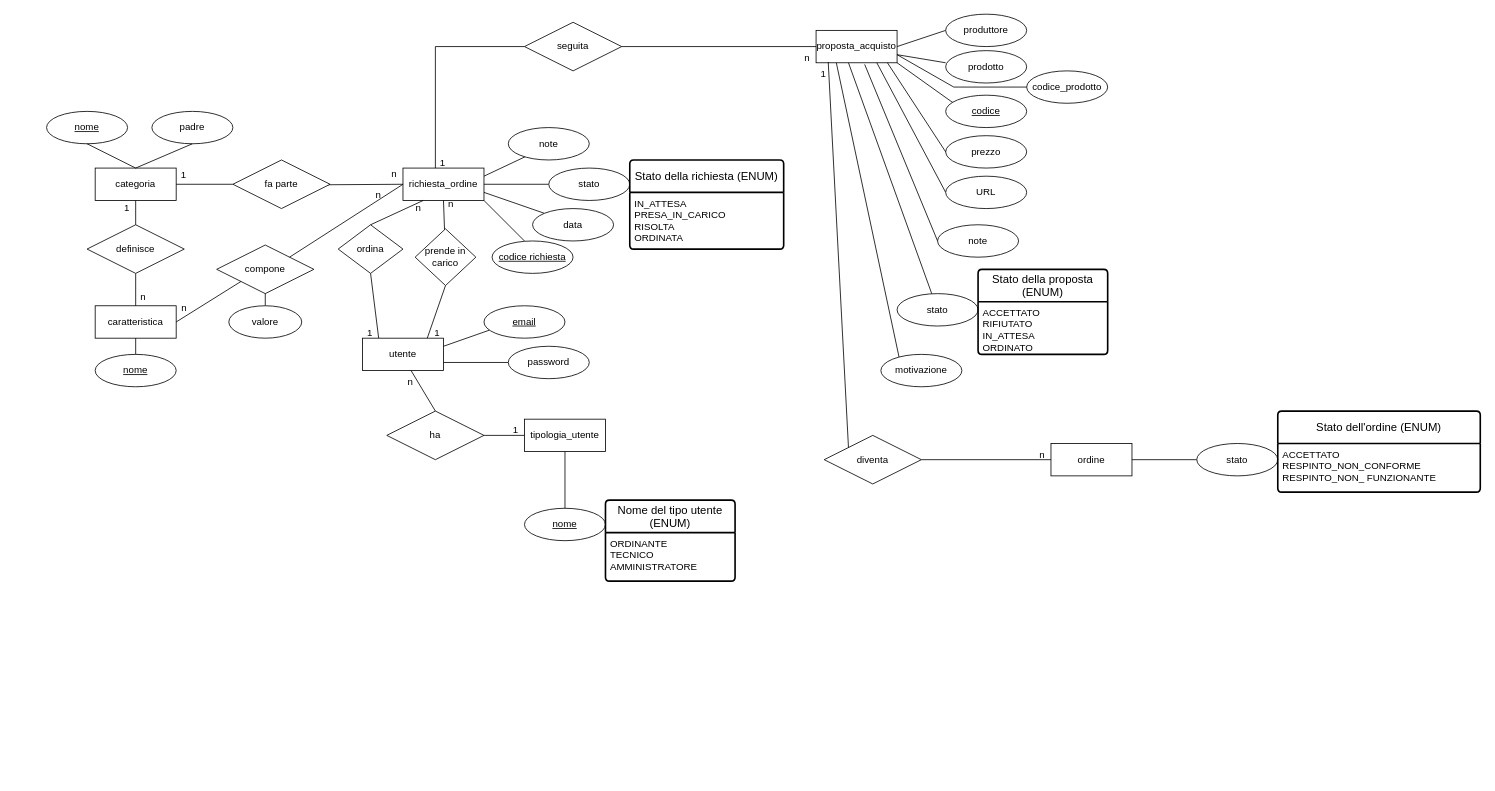
This is web_eng.drawio from jessvzz/webmarket, a draw.io file, before an edit. Source tidied: cells renumbered, new cells numbered last; positions are measured from the earlier drawing's top-left corner, leaving out a move shared by most shapes. Both pictures are drawn from the tidied source at 81%, with x=0, y=0 at pixel (46, 14).
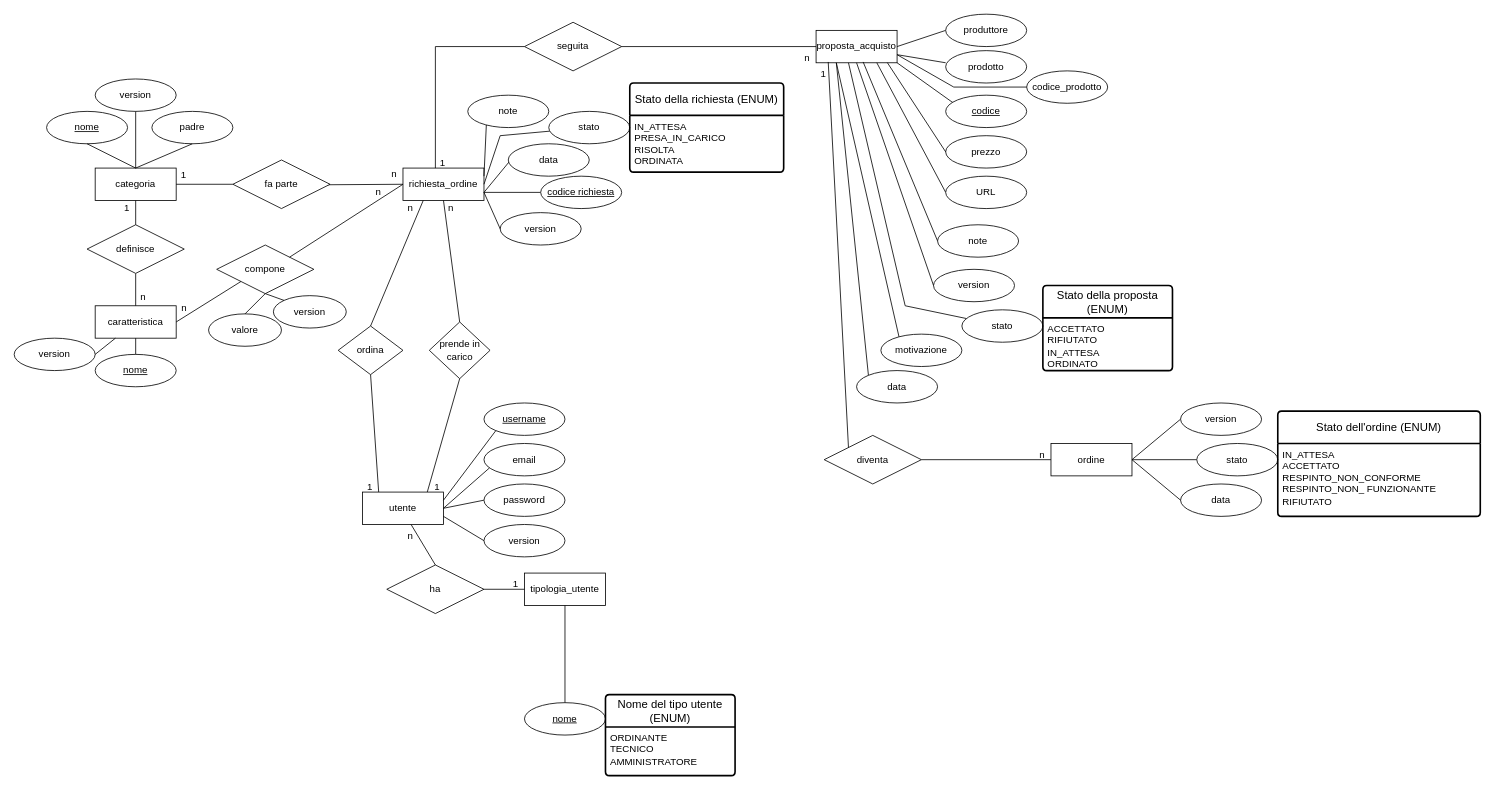
After the change.

Unchanged cells that the change refers to:
```xml
<mxCell id="2" value="caratteristica" style="whiteSpace=wrap;html=1;align=center;" parent="1" vertex="1">
  <mxGeometry x="60" y="360" width="100" height="40" as="geometry" />
</mxCell>
<mxCell id="3" value="richiesta_ordine" style="whiteSpace=wrap;html=1;align=center;" parent="1" vertex="1">
  <mxGeometry x="440" y="190" width="100" height="40" as="geometry" />
</mxCell>
<mxCell id="4" value="compone" style="shape=rhombus;perimeter=rhombusPerimeter;whiteSpace=wrap;html=1;align=center;" parent="1" vertex="1">
  <mxGeometry x="210" y="285" width="120" height="60" as="geometry" />
</mxCell>
<mxCell id="9" value="categoria" style="rounded=0;whiteSpace=wrap;html=1;" parent="1" vertex="1">
  <mxGeometry x="60" y="190" width="100" height="40" as="geometry" />
</mxCell>
<mxCell id="47" value="proposta_acquisto" style="whiteSpace=wrap;html=1;align=center;" parent="1" vertex="1">
  <mxGeometry x="950" y="20" width="100" height="40" as="geometry" />
</mxCell>
<mxCell id="61" value="note" style="ellipse;whiteSpace=wrap;html=1;align=center;" parent="1" vertex="1">
  <mxGeometry x="1100" y="260" width="100" height="40" as="geometry" />
</mxCell>
<mxCell id="73" value="ordine" style="whiteSpace=wrap;html=1;align=center;" parent="1" vertex="1">
  <mxGeometry x="1240" y="530" width="100" height="40" as="geometry" />
</mxCell>
```

The edit, as a diff of the source:
```diff
@@
     <mxCell id="6" value="valore" style="ellipse;whiteSpace=wrap;html=1;" parent="1" vertex="1">
-      <mxGeometry x="225" y="360" width="90" height="40" as="geometry" />
+      <mxGeometry x="200" y="370" width="90" height="40" as="geometry" />
     </mxCell>
@@
     <mxCell id="14" style="endArrow=none;html=1;rounded=0;exitX=1;exitY=0.5;exitDx=0;exitDy=0;" parent="1" edge="1" source="3" target="18">
-      <mxGeometry relative="1" as="geometry" />
+      <mxGeometry relative="1" as="geometry">
+        <Array as="points">
+          <mxPoint x="560" y="150" />
+        </Array>
+      </mxGeometry>
     </mxCell>
@@
-    <mxCell id="16" style="endArrow=none;html=1;rounded=0;entryX=1;entryY=1;entryDx=0;entryDy=0;" parent="1" edge="1" target="3">
-      <mxGeometry relative="1" as="geometry">
-        <mxPoint x="590" y="280" as="sourcePoint" />
-      </mxGeometry>
+    <mxCell id="16" style="endArrow=none;html=1;rounded=0;entryX=1;entryY=0.75;entryDx=0;entryDy=0;exitX=0;exitY=0.5;exitDx=0;exitDy=0;" parent="1" edge="1" source="20" target="3">
+      <mxGeometry relative="1" as="geometry" />
     </mxCell>
     <mxCell id="17" value="note" style="ellipse;whiteSpace=wrap;html=1;align=center;" parent="1" vertex="1">
-      <mxGeometry x="570" y="140" width="100" height="40" as="geometry" />
+      <mxGeometry x="520" y="100" width="100" height="40" as="geometry" />
     </mxCell>
     <mxCell id="18" value="stato" style="ellipse;whiteSpace=wrap;html=1;align=center;" parent="1" vertex="1">
-      <mxGeometry x="620" y="190" width="100" height="40" as="geometry" />
+      <mxGeometry x="620" y="120" width="100" height="40" as="geometry" />
     </mxCell>
     <mxCell id="19" value="data" style="ellipse;whiteSpace=wrap;html=1;align=center;" parent="1" vertex="1">
-      <mxGeometry x="600" y="240" width="100" height="40" as="geometry" />
+      <mxGeometry x="570" y="160" width="100" height="40" as="geometry" />
     </mxCell>
     <mxCell id="20" value="&lt;u&gt;codice richiesta&lt;/u&gt;" style="ellipse;whiteSpace=wrap;html=1;align=center;" parent="1" vertex="1">
-      <mxGeometry x="550" y="280" width="100" height="40" as="geometry" />
+      <mxGeometry x="610" y="200" width="100" height="40" as="geometry" />
     </mxCell>
@@
     <mxCell id="22" value="ordina" style="rhombus;whiteSpace=wrap;html=1;" parent="1" vertex="1">
-      <mxGeometry x="360" y="260" width="80" height="60" as="geometry" />
+      <mxGeometry x="360" y="385" width="80" height="60" as="geometry" />
     </mxCell>
     <mxCell id="23" value="prende in carico" style="rhombus;whiteSpace=wrap;html=1;" parent="1" vertex="1">
-      <mxGeometry x="455" y="265" width="75" height="70" as="geometry" />
+      <mxGeometry x="472.5" y="380" width="75" height="70" as="geometry" />
     </mxCell>
-    <mxCell id="24" style="endArrow=none;html=1;rounded=0;entryX=0.5;entryY=1;entryDx=0;entryDy=0;" parent="1" edge="1" source="23" target="3">
+    <mxCell id="24" style="endArrow=none;html=1;rounded=0;entryX=0.5;entryY=1;entryDx=0;entryDy=0;exitX=0.5;exitY=0;exitDx=0;exitDy=0;" parent="1" edge="1" source="23" target="3">
       <mxGeometry relative="1" as="geometry" />
     </mxCell>
     <mxCell id="25" style="endArrow=none;html=1;rounded=0;exitX=0.5;exitY=1;exitDx=0;exitDy=0;" parent="1" edge="1" source="22">
       <mxGeometry relative="1" as="geometry">
-        <mxPoint x="410" y="400" as="targetPoint" />
+        <mxPoint x="410" y="590" as="targetPoint" />
       </mxGeometry>
     </mxCell>
     <mxCell id="26" style="endArrow=none;html=1;rounded=0;entryX=0.5;entryY=1;entryDx=0;entryDy=0;" parent="1" edge="1" target="23">
       <mxGeometry relative="1" as="geometry">
-        <mxPoint x="470" y="400" as="sourcePoint" />
+        <mxPoint x="470" y="590" as="sourcePoint" />
       </mxGeometry>
     </mxCell>
     <mxCell id="27" value="utente" style="whiteSpace=wrap;html=1;align=center;" parent="1" vertex="1">
-      <mxGeometry x="390" y="400" width="100" height="40" as="geometry" />
+      <mxGeometry x="390" y="590" width="100" height="40" as="geometry" />
     </mxCell>
-    <mxCell id="28" style="endArrow=none;html=1;rounded=0;exitX=0.438;exitY=1;exitDx=0;exitDy=0;entryX=0.07;entryY=0.75;entryDx=0;entryDy=0;entryPerimeter=0;exitPerimeter=0;" parent="1" edge="1" source="32" target="33">
+    <mxCell id="28" style="endArrow=none;html=1;rounded=0;exitX=1;exitY=0.5;exitDx=0;exitDy=0;entryX=0.07;entryY=0.75;entryDx=0;entryDy=0;entryPerimeter=0;" parent="1" edge="1" source="27" target="33">
       <mxGeometry relative="1" as="geometry" />
     </mxCell>
     <mxCell id="29" value="1" style="text;strokeColor=none;fillColor=none;spacingLeft=4;spacingRight=4;overflow=hidden;fontSize=12;whiteSpace=wrap;html=1;" parent="1" vertex="1">
-      <mxGeometry x="390" y="380" width="40" height="30" as="geometry" />
+      <mxGeometry x="390" y="570" width="40" height="30" as="geometry" />
     </mxCell>
     <mxCell id="30" value="n" style="text;strokeColor=none;fillColor=none;spacingLeft=4;spacingRight=4;overflow=hidden;fontSize=12;whiteSpace=wrap;html=1;" parent="1" vertex="1">
-      <mxGeometry x="450" y="225" width="40" height="30" as="geometry" />
+      <mxGeometry x="440" y="225" width="40" height="30" as="geometry" />
     </mxCell>
     <mxCell id="31" value="n" style="text;strokeColor=none;fillColor=none;spacingLeft=4;spacingRight=4;overflow=hidden;fontSize=12;whiteSpace=wrap;html=1;" parent="1" vertex="1">
-      <mxGeometry x="490" y="220" width="40" height="30" as="geometry" />
+      <mxGeometry x="490" y="225" width="40" height="30" as="geometry" />
     </mxCell>
     <mxCell id="32" value="1" style="text;strokeColor=none;fillColor=none;spacingLeft=4;spacingRight=4;overflow=hidden;points=[[0,0.5],[1,0.5]];portConstraint=eastwest;fontSize=12;whiteSpace=wrap;html=1;" parent="1" vertex="1">
-      <mxGeometry x="472.5" y="380" width="40" height="30" as="geometry" />
+      <mxGeometry x="472.5" y="570" width="40" height="30" as="geometry" />
     </mxCell>
-    <mxCell id="33" value="&lt;u&gt;email&lt;/u&gt;" style="ellipse;whiteSpace=wrap;html=1;align=center;" parent="1" vertex="1">
-      <mxGeometry x="540" y="360" width="100" height="40" as="geometry" />
+    <mxCell id="33" value="email" style="ellipse;whiteSpace=wrap;html=1;align=center;" parent="1" vertex="1">
+      <mxGeometry x="540" y="530" width="100" height="40" as="geometry" />
     </mxCell>
-    <mxCell id="34" style="endArrow=none;html=1;rounded=0;exitX=1;exitY=0.75;exitDx=0;exitDy=0;" parent="1" edge="1" source="27">
-      <mxGeometry relative="1" as="geometry">
-        <mxPoint x="570" y="430" as="targetPoint" />
-      </mxGeometry>
+    <mxCell id="34" style="endArrow=none;html=1;rounded=0;exitX=1;exitY=0.5;exitDx=0;exitDy=0;entryX=0;entryY=0.5;entryDx=0;entryDy=0;" parent="1" edge="1" source="27" target="35">
+      <mxGeometry relative="1" as="geometry" />
     </mxCell>
     <mxCell id="35" value="password" style="ellipse;whiteSpace=wrap;html=1;align=center;" parent="1" vertex="1">
-      <mxGeometry x="570" y="410" width="100" height="40" as="geometry" />
+      <mxGeometry x="540" y="580" width="100" height="40" as="geometry" />
     </mxCell>
     <mxCell id="36" style="endArrow=none;html=1;rounded=0;" parent="1" edge="1">
       <mxGeometry relative="1" as="geometry">
-        <mxPoint x="450" y="440" as="sourcePoint" />
-        <mxPoint x="480" y="490" as="targetPoint" />
+        <mxPoint x="450" y="630" as="sourcePoint" />
+        <mxPoint x="480" y="680" as="targetPoint" />
       </mxGeometry>
     </mxCell>
     <mxCell id="37" value="tipologia_utente" style="whiteSpace=wrap;html=1;align=center;" parent="1" vertex="1">
-      <mxGeometry x="590" y="500" width="100" height="40" as="geometry" />
+      <mxGeometry x="590" y="690" width="100" height="40" as="geometry" />
     </mxCell>
     <mxCell id="38" value="n" style="text;strokeColor=none;fillColor=none;spacingLeft=4;spacingRight=4;overflow=hidden;fontSize=12;whiteSpace=wrap;html=1;" parent="1" vertex="1">
-      <mxGeometry x="440" y="440" width="40" height="30" as="geometry" />
+      <mxGeometry x="440" y="630" width="40" height="30" as="geometry" />
     </mxCell>
     <mxCell id="39" value="1" style="text;strokeColor=none;fillColor=none;spacingLeft=4;spacingRight=4;overflow=hidden;fontSize=12;whiteSpace=wrap;html=1;" parent="1" vertex="1">
-      <mxGeometry x="570" y="500" width="40" height="30" as="geometry" />
+      <mxGeometry x="570" y="690" width="40" height="30" as="geometry" />
     </mxCell>
-    <mxCell id="40" style="endArrow=none;html=1;rounded=0;exitX=0.5;exitY=1;exitDx=0;exitDy=0;" parent="1" edge="1" source="37">
-      <mxGeometry relative="1" as="geometry">
-        <mxPoint x="640" y="630" as="targetPoint" />
-      </mxGeometry>
+    <mxCell id="40" style="endArrow=none;html=1;rounded=0;exitX=0.5;exitY=1;exitDx=0;exitDy=0;entryX=0.5;entryY=0;entryDx=0;entryDy=0;" parent="1" edge="1" source="37" target="41">
+      <mxGeometry relative="1" as="geometry" />
     </mxCell>
     <mxCell id="41" value="&lt;u&gt;nome&lt;/u&gt;" style="ellipse;whiteSpace=wrap;html=1;align=center;" parent="1" vertex="1">
-      <mxGeometry x="590" y="610" width="100" height="40" as="geometry" />
+      <mxGeometry x="590" y="850" width="100" height="40" as="geometry" />
     </mxCell>
@@
     <mxCell id="50" value="ha" style="shape=rhombus;perimeter=rhombusPerimeter;whiteSpace=wrap;html=1;align=center;" parent="1" vertex="1">
-      <mxGeometry x="420" y="490" width="120" height="60" as="geometry" />
+      <mxGeometry x="420" y="680" width="120" height="60" as="geometry" />
     </mxCell>
     <mxCell id="51" style="endArrow=none;html=1;rounded=0;entryX=0;entryY=0.5;entryDx=0;entryDy=0;" parent="1" edge="1" target="37">
       <mxGeometry relative="1" as="geometry">
-        <mxPoint x="540" y="520" as="sourcePoint" />
+        <mxPoint x="540" y="710" as="sourcePoint" />
       </mxGeometry>
     </mxCell>
@@
-    <mxCell id="60" style="endArrow=none;html=1;rounded=0;exitX=0.6;exitY=1.05;exitDx=0;exitDy=0;entryX=0;entryY=0.5;entryDx=0;entryDy=0;exitPerimeter=0;" parent="1" edge="1" source="47" target="61">
+    <mxCell id="60" style="endArrow=none;html=1;rounded=0;exitX=0.581;exitY=0.974;exitDx=0;exitDy=0;entryX=0;entryY=0.5;entryDx=0;entryDy=0;exitPerimeter=0;" parent="1" edge="1" source="47" target="61">
       <mxGeometry relative="1" as="geometry" />
     </mxCell>
@@
     <mxCell id="62" style="endArrow=none;html=1;rounded=0;" parent="1" edge="1" target="63">
       <mxGeometry relative="1" as="geometry">
         <mxPoint x="990" y="60" as="sourcePoint" />
+        <Array as="points">
+          <mxPoint x="1060" y="360" />
+        </Array>
       </mxGeometry>
     </mxCell>
     <mxCell id="63" value="stato" style="ellipse;whiteSpace=wrap;html=1;align=center;" parent="1" vertex="1">
-      <mxGeometry x="1050" y="345" width="100" height="40" as="geometry" />
+      <mxGeometry x="1130" y="365" width="100" height="40" as="geometry" />
     </mxCell>
     <mxCell id="64" value="Stato della proposta (ENUM)" style="swimlane;horizontal=1;startSize=40;rounded=1;fontSize=14;fontStyle=0;strokeWidth=2;shadow=0;dashed=0;align=center;arcSize=4;whiteSpace=wrap;html=1;" parent="1" vertex="1">
-      <mxGeometry x="1150" y="315" width="160" height="105" as="geometry" />
+      <mxGeometry x="1230" y="335" width="160" height="105" as="geometry" />
     </mxCell>
@@
     <mxCell id="67" value="motivazione" style="ellipse;whiteSpace=wrap;html=1;align=center;" parent="1" vertex="1">
-      <mxGeometry x="1030" y="420" width="100" height="40" as="geometry" />
+      <mxGeometry x="1030" y="395" width="100" height="40" as="geometry" />
     </mxCell>
@@
     <mxCell id="76" value="Stato dell'ordine (ENUM)" style="swimlane;horizontal=1;startSize=40;rounded=1;fontSize=14;fontStyle=0;strokeWidth=2;shadow=0;dashed=0;align=center;arcSize=4;whiteSpace=wrap;html=1;" parent="1" vertex="1">
-      <mxGeometry x="1520" y="490" width="250" height="100" as="geometry" />
+      <mxGeometry x="1520" y="490" width="250" height="130" as="geometry" />
     </mxCell>
-    <mxCell id="77" value="ACCETTATO&lt;div&gt;RESPINTO_NON_CONFORME&lt;/div&gt;&lt;div&gt;&lt;span style=&quot;background-color: initial;&quot;&gt;RESPINTO_&lt;/span&gt;NON_ FUNZIONANTE&lt;/div&gt;" style="align=left;strokeColor=none;fillColor=none;spacingLeft=4;fontSize=12;verticalAlign=top;html=1;" parent="76" vertex="1">
-      <mxGeometry y="40" width="250" height="60" as="geometry" />
+    <mxCell id="77" value="&lt;div&gt;IN_ATTESA&lt;/div&gt;ACCETTATO&lt;div&gt;RESPINTO_NON_CONFORME&lt;/div&gt;&lt;div&gt;&lt;span style=&quot;background-color: initial;&quot;&gt;RESPINTO_&lt;/span&gt;NON_ FUNZIONANTE&lt;/div&gt;&lt;div&gt;RIFIUTATO&lt;/div&gt;" style="align=left;strokeColor=none;fillColor=none;spacingLeft=4;fontSize=12;verticalAlign=top;html=1;" parent="76" vertex="1">
+      <mxGeometry y="40" width="250" height="90" as="geometry" />
     </mxCell>
     <mxCell id="78" value="Nome del tipo utente (ENUM)" style="swimlane;horizontal=1;startSize=40;rounded=1;fontSize=14;fontStyle=0;strokeWidth=2;shadow=0;dashed=0;align=center;arcSize=4;whiteSpace=wrap;html=1;" parent="1" vertex="1">
-      <mxGeometry x="690" y="600" width="160" height="100" as="geometry" />
+      <mxGeometry x="690" y="840" width="160" height="100" as="geometry" />
     </mxCell>
@@
     <mxCell id="91" value="n" style="text;html=1;align=center;verticalAlign=middle;whiteSpace=wrap;rounded=0;" parent="1" vertex="1">
-      <mxGeometry x="400" y="215" width="20" height="15" as="geometry" />
+      <mxGeometry x="400" y="212.5" width="20" height="15" as="geometry" />
     </mxCell>
     <mxCell id="92" value="Stato della richiesta (ENUM)" style="swimlane;horizontal=1;startSize=40;rounded=1;fontSize=14;fontStyle=0;strokeWidth=2;shadow=0;dashed=0;align=center;arcSize=4;whiteSpace=wrap;html=1;" parent="1" vertex="1">
-      <mxGeometry x="720" y="180" width="190" height="110" as="geometry" />
+      <mxGeometry x="720" y="85" width="190" height="110" as="geometry" />
     </mxCell>
@@
+    <mxCell id="99" value="version" style="ellipse;whiteSpace=wrap;html=1;align=center;" parent="1" vertex="1">
+      <mxGeometry x="60" y="80" width="100" height="40" as="geometry" />
+    </mxCell>
+    <mxCell id="100" style="endArrow=none;html=1;rounded=0;entryX=0.5;entryY=0;entryDx=0;entryDy=0;exitX=0.5;exitY=1;exitDx=0;exitDy=0;" parent="1" edge="1" source="99" target="9">
+      <mxGeometry relative="1" as="geometry" />
+    </mxCell>
+    <mxCell id="101" value="version" style="ellipse;whiteSpace=wrap;html=1;align=center;" parent="1" vertex="1">
+      <mxGeometry x="-40" y="400" width="100" height="40" as="geometry" />
+    </mxCell>
+    <mxCell id="102" style="endArrow=none;html=1;rounded=0;entryX=1;entryY=0.5;entryDx=0;entryDy=0;exitX=0.25;exitY=1;exitDx=0;exitDy=0;" parent="1" edge="1" source="2" target="101">
+      <mxGeometry relative="1" as="geometry" />
+    </mxCell>
+    <mxCell id="103" value="&lt;u&gt;username&lt;/u&gt;" style="ellipse;whiteSpace=wrap;html=1;align=center;" parent="1" vertex="1">
+      <mxGeometry x="540" y="480" width="100" height="40" as="geometry" />
+    </mxCell>
+    <mxCell id="104" style="endArrow=none;html=1;rounded=0;entryX=0;entryY=1;entryDx=0;entryDy=0;exitX=1;exitY=0.25;exitDx=0;exitDy=0;" parent="1" edge="1" source="27" target="103">
+      <mxGeometry relative="1" as="geometry" />
+    </mxCell>
+    <mxCell id="105" value="version" style="ellipse;whiteSpace=wrap;html=1;align=center;" parent="1" vertex="1">
+      <mxGeometry x="540" y="630" width="100" height="40" as="geometry" />
+    </mxCell>
+    <mxCell id="106" style="endArrow=none;html=1;rounded=0;exitX=1;exitY=0.75;exitDx=0;exitDy=0;entryX=0;entryY=0.5;entryDx=0;entryDy=0;" parent="1" edge="1" source="27" target="105">
+      <mxGeometry relative="1" as="geometry" />
+    </mxCell>
+    <mxCell id="107" value="version" style="ellipse;whiteSpace=wrap;html=1;align=center;" parent="1" vertex="1">
+      <mxGeometry x="560" y="245" width="100" height="40" as="geometry" />
+    </mxCell>
+    <mxCell id="108" style="endArrow=none;html=1;rounded=0;entryX=1;entryY=0.75;entryDx=0;entryDy=0;exitX=0;exitY=0.5;exitDx=0;exitDy=0;" parent="1" edge="1" source="107" target="3">
+      <mxGeometry relative="1" as="geometry" />
+    </mxCell>
+    <mxCell id="109" value="version" style="ellipse;whiteSpace=wrap;html=1;" parent="1" vertex="1">
+      <mxGeometry x="280" y="347.5" width="90" height="40" as="geometry" />
+    </mxCell>
+    <mxCell id="110" style="endArrow=none;html=1;rounded=0;entryX=0.5;entryY=1;entryDx=0;entryDy=0;exitX=0;exitY=0;exitDx=0;exitDy=0;" parent="1" edge="1" source="109" target="4">
+      <mxGeometry relative="1" as="geometry" />
+    </mxCell>
+    <mxCell id="111" value="data" style="ellipse;whiteSpace=wrap;html=1;align=center;" parent="1" vertex="1">
+      <mxGeometry x="1000" y="440" width="100" height="40" as="geometry" />
+    </mxCell>
+    <mxCell id="112" style="endArrow=none;html=1;rounded=0;exitX=0;exitY=0;exitDx=0;exitDy=0;entryX=0.25;entryY=1;entryDx=0;entryDy=0;" parent="1" edge="1" source="111" target="47">
+      <mxGeometry relative="1" as="geometry" />
+    </mxCell>
+    <mxCell id="113" value="version" style="ellipse;whiteSpace=wrap;html=1;align=center;" parent="1" vertex="1">
+      <mxGeometry x="1095" y="315" width="100" height="40" as="geometry" />
+    </mxCell>
+    <mxCell id="114" style="endArrow=none;html=1;rounded=0;entryX=0;entryY=0.5;entryDx=0;entryDy=0;exitX=0.5;exitY=1;exitDx=0;exitDy=0;" parent="1" edge="1" source="47" target="113">
+      <mxGeometry relative="1" as="geometry" />
+    </mxCell>
+    <mxCell id="115" value="data" style="ellipse;whiteSpace=wrap;html=1;align=center;" parent="1" vertex="1">
+      <mxGeometry x="1400" y="580" width="100" height="40" as="geometry" />
+    </mxCell>
+    <mxCell id="116" style="endArrow=none;html=1;rounded=0;entryX=0;entryY=0.5;entryDx=0;entryDy=0;exitX=1;exitY=0.5;exitDx=0;exitDy=0;" parent="1" edge="1" source="73" target="115">
+      <mxGeometry relative="1" as="geometry" />
+    </mxCell>
+    <mxCell id="117" style="endArrow=none;html=1;rounded=0;entryX=0;entryY=0.5;entryDx=0;entryDy=0;exitX=1;exitY=0.5;exitDx=0;exitDy=0;" parent="1" edge="1" source="73" target="118">
+      <mxGeometry relative="1" as="geometry" />
+    </mxCell>
+    <mxCell id="118" value="version" style="ellipse;whiteSpace=wrap;html=1;align=center;" parent="1" vertex="1">
+      <mxGeometry x="1400" y="480" width="100" height="40" as="geometry" />
+    </mxCell>
```
